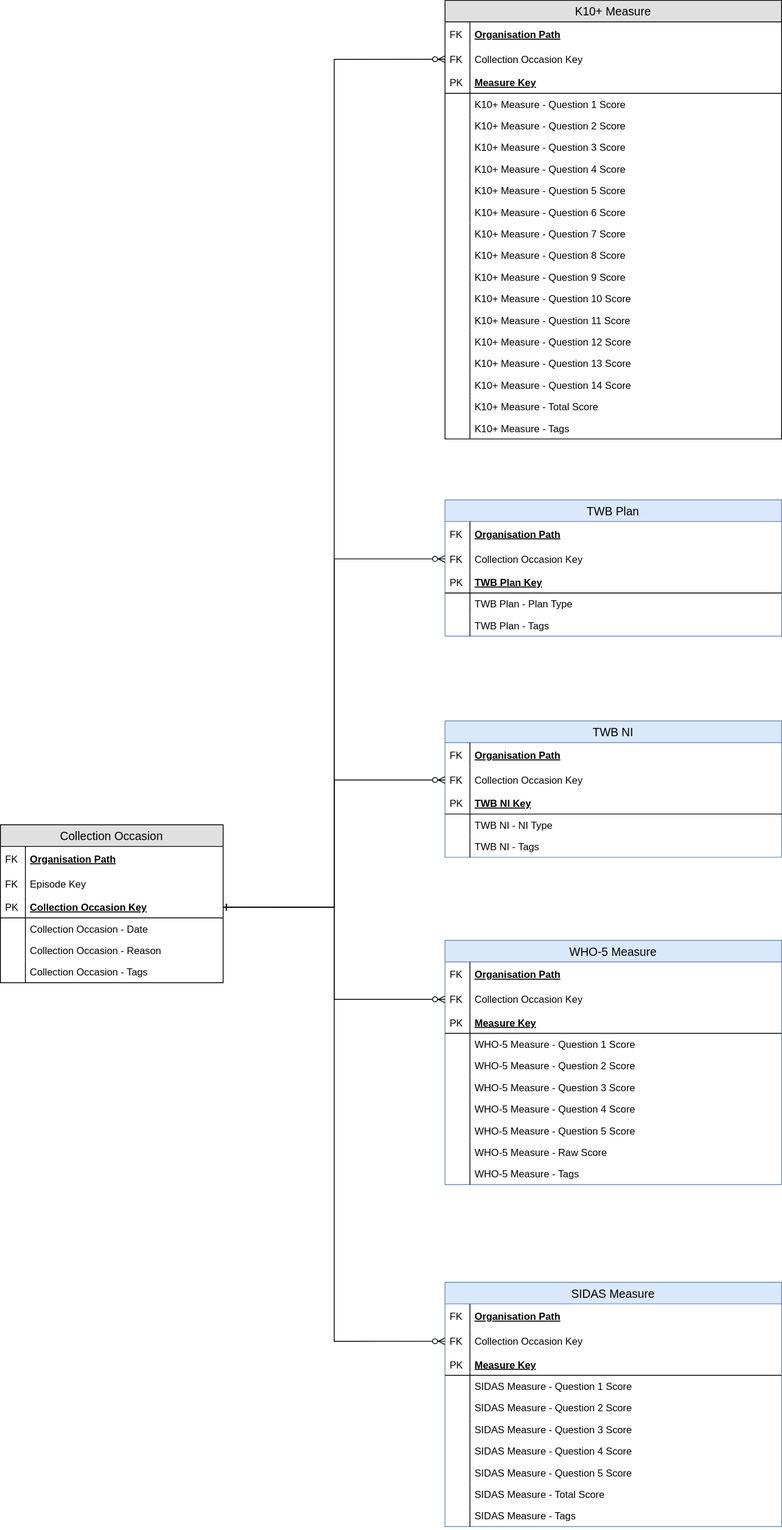
Earlier version of the draw.io export doc/data-specification/figures/collection-occasion-data-model.svg (logicly-au/pmhc-mds-spec-wayback). Source tidied: cells renumbered, new cells last; positions are measured from the earlier drawing's top-left corner, leaving out a move shared by most shapes.
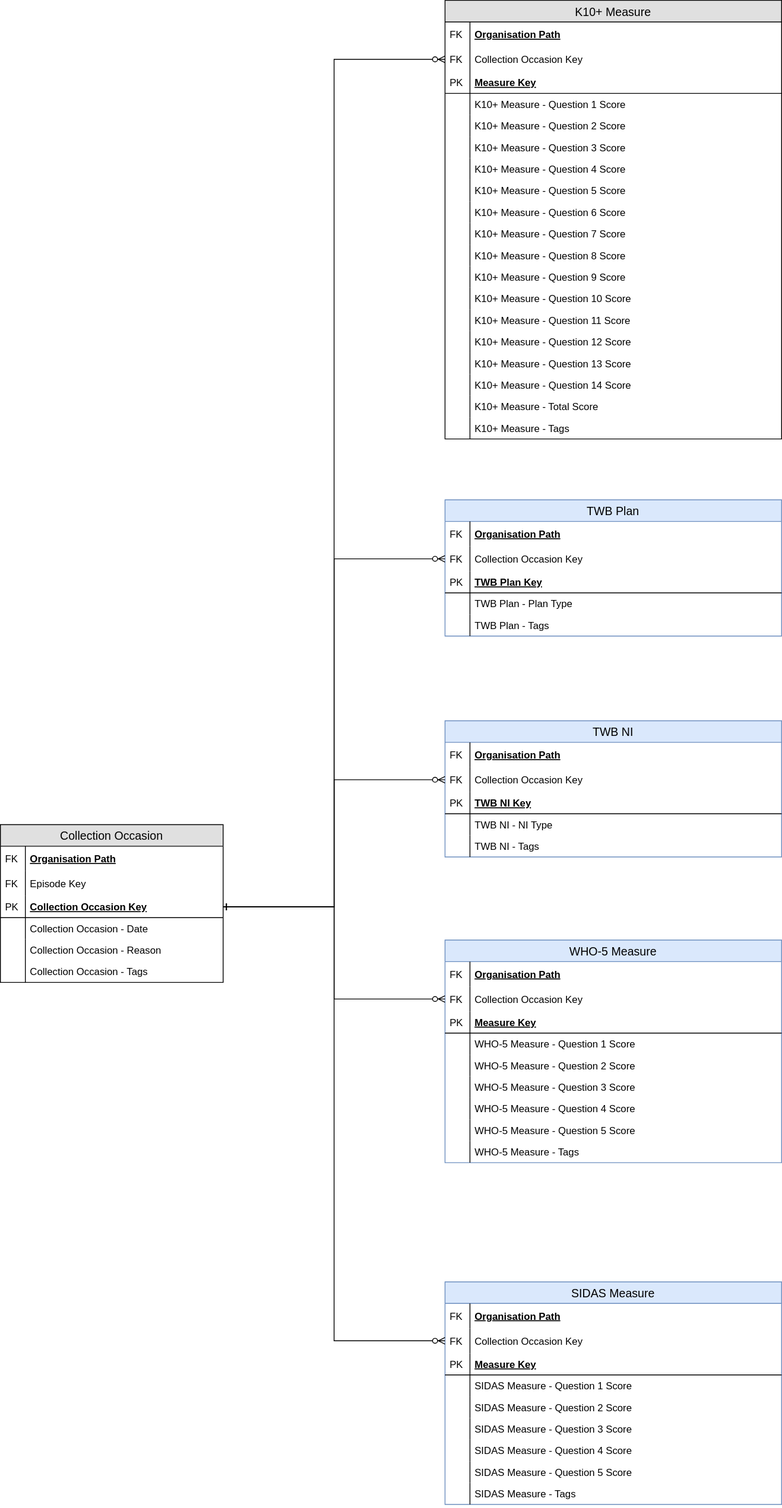
The same file after the commit.

The edit, as a diff of the source:
```diff
@@ -69,7 +69,7 @@
       <mxGeometry width="30" height="26" as="geometry" />
     </mxCell>
     <mxCell id="24" value="WHO-5 Measure" style="swimlane;fontStyle=0;horizontal=1;startSize=26;fillColor=#dae8fc;swimlaneFillColor=#ffffff;align=center;fontSize=14;strokeColor=#6c8ebf;" parent="1" vertex="1">
-      <mxGeometry x="535" y="1131" width="405" height="294" as="geometry" />
+      <mxGeometry x="535" y="1131" width="405" height="268" as="geometry" />
     </mxCell>
     <mxCell id="25" value="Organisation Path" style="shape=partialRectangle;top=0;left=0;right=0;bottom=1;align=left;verticalAlign=middle;fillColor=none;spacingLeft=34;spacingRight=4;overflow=hidden;fontStyle=5;fontSize=12;strokeColor=none;" parent="24" vertex="1">
       <mxGeometry y="26" width="405" height="30" as="geometry" />
@@ -119,20 +119,14 @@
     <mxCell id="40" style="shape=partialRectangle;top=0;left=0;bottom=0;fillColor=none;align=left;verticalAlign=top;spacingLeft=4;spacingRight=4;overflow=hidden;fontSize=12;" parent="39" vertex="1">
       <mxGeometry width="30" height="26" as="geometry" />
     </mxCell>
-    <mxCell id="41" value="WHO-5 Measure - Raw Score&#10;" style="shape=partialRectangle;top=0;left=0;right=0;bottom=0;align=left;verticalAlign=top;fillColor=none;spacingLeft=34;spacingRight=4;overflow=hidden;fontSize=12;fontColor=#000000;" parent="24" vertex="1">
-      <mxGeometry y="242" width="405" height="26" as="geometry" />
-    </mxCell>
-    <mxCell id="42" style="shape=partialRectangle;top=0;left=0;bottom=0;fillColor=none;align=left;verticalAlign=top;spacingLeft=4;spacingRight=4;overflow=hidden;fontSize=12;" parent="41" vertex="1">
-      <mxGeometry width="30" height="26" as="geometry" />
-    </mxCell>
     <mxCell id="43" value="WHO-5 Measure - Tags&#10;" style="shape=partialRectangle;top=0;left=0;right=0;bottom=0;align=left;verticalAlign=top;fillColor=none;spacingLeft=34;spacingRight=4;overflow=hidden;fontSize=12;fontColor=#000000;" parent="24" vertex="1">
-      <mxGeometry y="268" width="405" height="26" as="geometry" />
+      <mxGeometry y="242" width="405" height="26" as="geometry" />
     </mxCell>
     <mxCell id="44" style="shape=partialRectangle;top=0;left=0;bottom=0;fillColor=none;align=left;verticalAlign=top;spacingLeft=4;spacingRight=4;overflow=hidden;fontSize=12;" parent="43" vertex="1">
       <mxGeometry width="30" height="26" as="geometry" />
     </mxCell>
     <mxCell id="45" value="SIDAS Measure" style="swimlane;fontStyle=0;horizontal=1;startSize=26;fillColor=#dae8fc;swimlaneFillColor=#ffffff;align=center;fontSize=14;strokeColor=#6c8ebf;" parent="1" vertex="1">
-      <mxGeometry x="535" y="1542.5" width="405" height="294" as="geometry" />
+      <mxGeometry x="535" y="1542.5" width="405" height="268" as="geometry" />
     </mxCell>
     <mxCell id="46" value="Organisation Path" style="shape=partialRectangle;top=0;left=0;right=0;bottom=1;align=left;verticalAlign=middle;fillColor=none;spacingLeft=34;spacingRight=4;overflow=hidden;fontStyle=5;fontSize=12;strokeColor=none;" parent="45" vertex="1">
       <mxGeometry y="26" width="405" height="30" as="geometry" />
@@ -182,14 +176,8 @@
     <mxCell id="61" style="shape=partialRectangle;top=0;left=0;bottom=0;fillColor=none;align=left;verticalAlign=top;spacingLeft=4;spacingRight=4;overflow=hidden;fontSize=12;" parent="60" vertex="1">
       <mxGeometry width="30" height="26" as="geometry" />
     </mxCell>
-    <mxCell id="62" value="SIDAS Measure - Total Score&#10;" style="shape=partialRectangle;top=0;left=0;right=0;bottom=0;align=left;verticalAlign=top;fillColor=none;spacingLeft=34;spacingRight=4;overflow=hidden;fontSize=12;fontColor=#000000;" parent="45" vertex="1">
-      <mxGeometry y="242" width="405" height="26" as="geometry" />
-    </mxCell>
-    <mxCell id="63" style="shape=partialRectangle;top=0;left=0;bottom=0;fillColor=none;align=left;verticalAlign=top;spacingLeft=4;spacingRight=4;overflow=hidden;fontSize=12;" parent="62" vertex="1">
-      <mxGeometry width="30" height="26" as="geometry" />
-    </mxCell>
     <mxCell id="64" value="SIDAS Measure - Tags&#10;" style="shape=partialRectangle;top=0;left=0;right=0;bottom=0;align=left;verticalAlign=top;fillColor=none;spacingLeft=34;spacingRight=4;overflow=hidden;fontSize=12;fontColor=#000000;" parent="45" vertex="1">
-      <mxGeometry y="268" width="405" height="26" as="geometry" />
+      <mxGeometry y="242" width="405" height="26" as="geometry" />
     </mxCell>
     <mxCell id="65" style="shape=partialRectangle;top=0;left=0;bottom=0;fillColor=none;align=left;verticalAlign=top;spacingLeft=4;spacingRight=4;overflow=hidden;fontSize=12;" parent="64" vertex="1">
       <mxGeometry width="30" height="26" as="geometry" />
```
